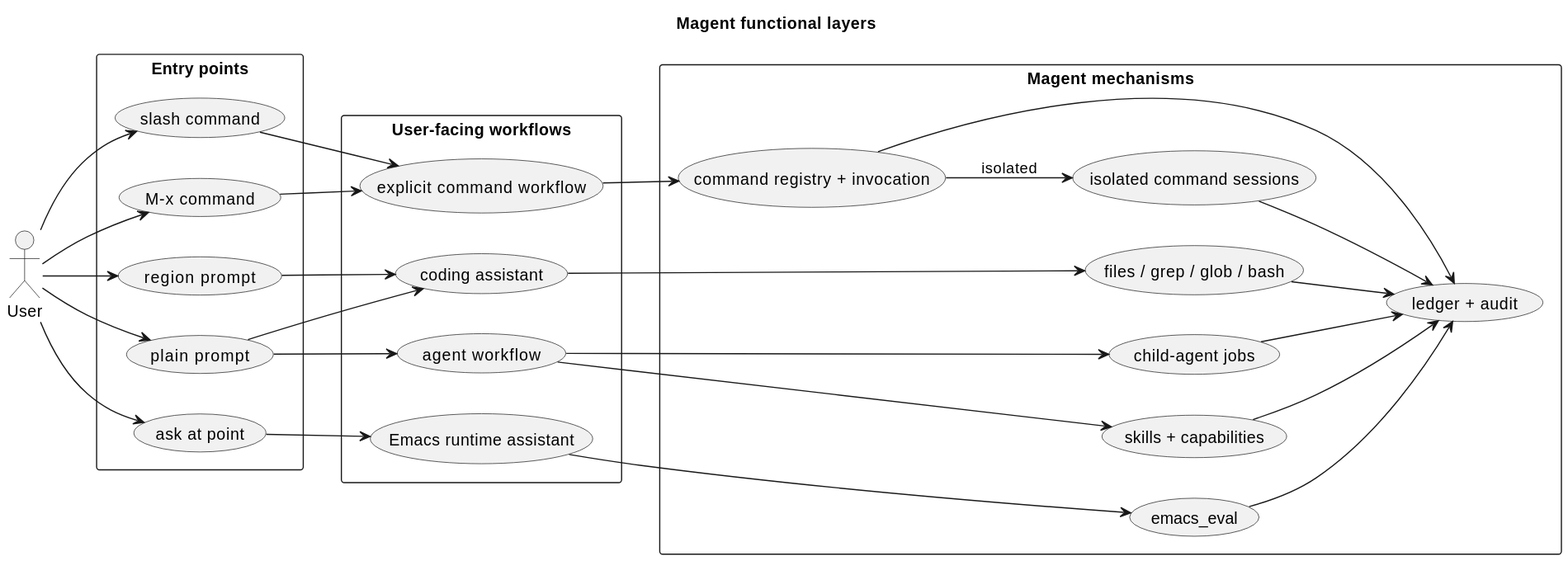
Before: docs/assets/img/diagrams/functional-layers.svg, a diagram exported from PlantUML (Jamie-Cui/magent).
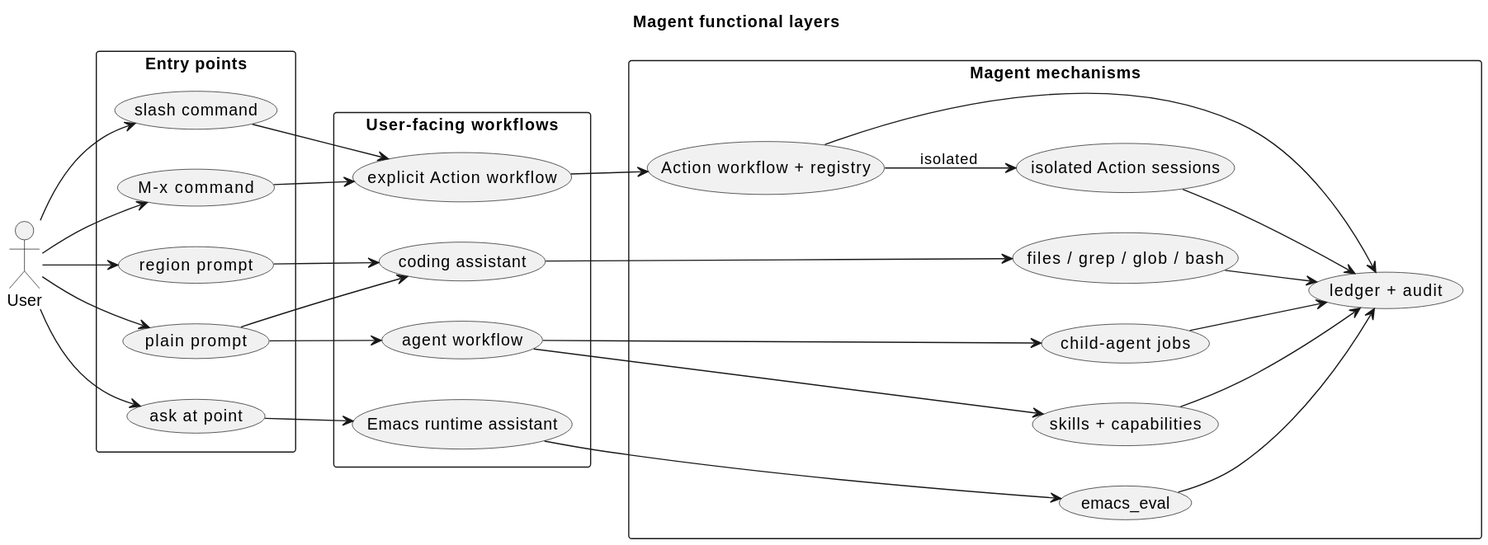
After the change.

The edit, as a diff of the source:
```diff
@@ -19,7 +19,7 @@
   usecase "coding assistant" as Coding
   usecase "Emacs runtime assistant" as RuntimeAssistant
   usecase "agent workflow" as AgentWorkflow
-  usecase "explicit command workflow" as CommandWorkflow
+  usecase "explicit Action workflow" as ActionWorkflow
 }
 
 rectangle "Magent mechanisms" as Mechanisms {
@@ -27,8 +27,8 @@
   usecase "emacs_eval" as Eval
   usecase "skills + capabilities" as Skills
   usecase "child-agent jobs" as Jobs
-  usecase "command registry + invocation" as Commands
-  usecase "isolated command sessions" as CommandSessions
+  usecase "Action workflow + registry" as Actions
+  usecase "isolated Action sessions" as ActionSessions
   usecase "ledger + audit" as LedgerAudit
 }
 
@@ -42,19 +42,19 @@
 Region --> Coding
 Point --> RuntimeAssistant
 Plain --> AgentWorkflow
-SlashCommand --> CommandWorkflow
-InteractiveCommand --> CommandWorkflow
+SlashCommand --> ActionWorkflow
+InteractiveCommand --> ActionWorkflow
 
 Coding --> CodeTools
 RuntimeAssistant --> Eval
 AgentWorkflow --> Skills
 AgentWorkflow --> Jobs
-CommandWorkflow --> Commands
-Commands --> CommandSessions : isolated
+ActionWorkflow --> Actions
+Actions --> ActionSessions : isolated
 CodeTools --> LedgerAudit
 Eval --> LedgerAudit
 Skills --> LedgerAudit
 Jobs --> LedgerAudit
-Commands --> LedgerAudit
-CommandSessions --> LedgerAudit
+Actions --> LedgerAudit
+ActionSessions --> LedgerAudit
 @enduml
```
